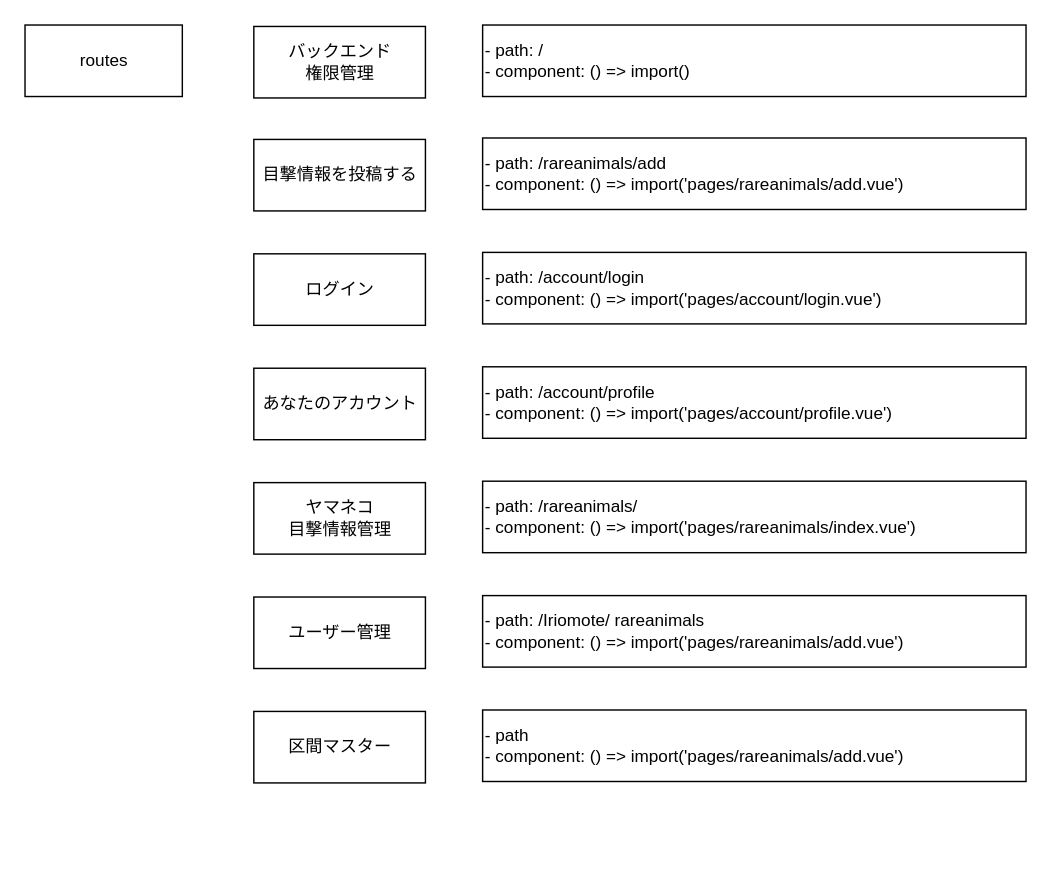
Above: page "ルーティング設計" (2 of 6) of Iriomote.drawio in kaoru387/draw.io (draw.io), before the change. Source tidied: cells renumbered, new cells numbered last; positions are measured from the earlier drawing's top-left corner, leaving out a move shared by most shapes. Both pictures are drawn from the tidied source at 143%, with x=0, y=0 at pixel (24, 24).
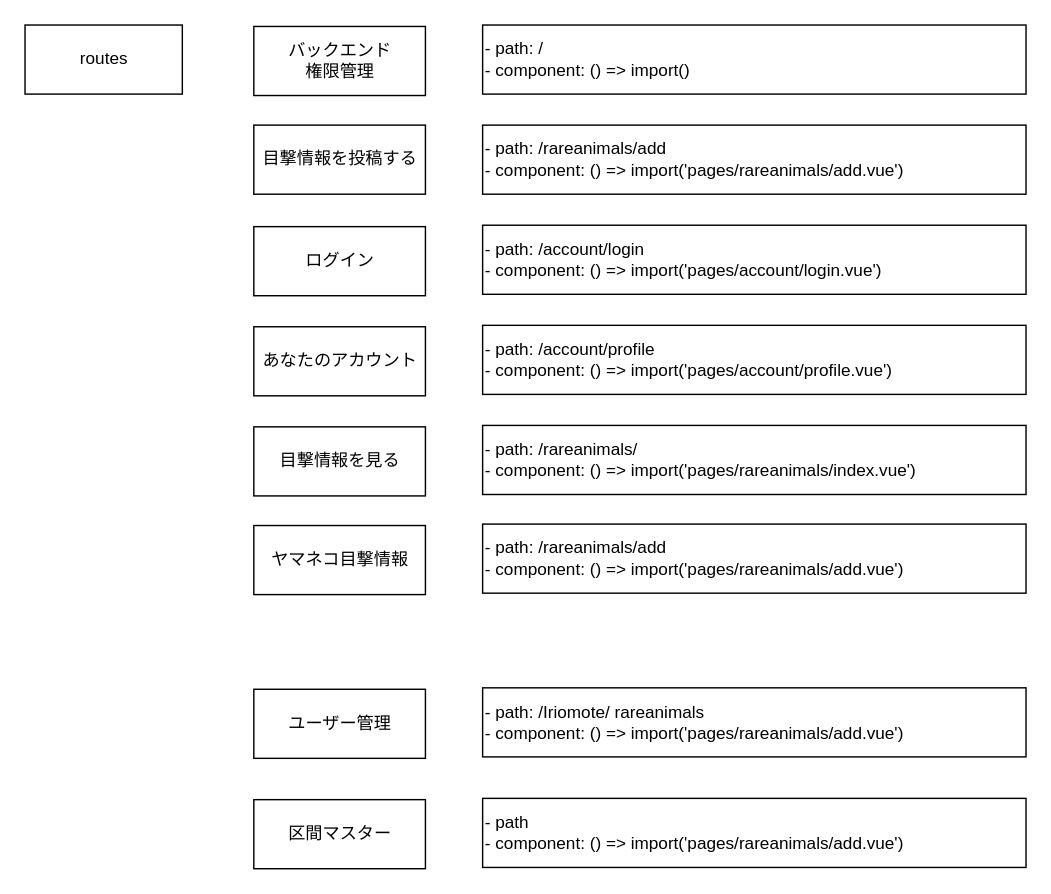
The same diagram, later.

Commit message:
Iriomote.drawio を更新します

The edit, as a diff of the source:
```diff
@@
 <mxGraphModel>
   <root>
     <mxCell id="0" />
     <mxCell id="1" parent="0" />
     <mxCell id="2" value="routes" style="html=1;" parent="1" vertex="1">
-      <mxGeometry width="110" height="50" as="geometry" />
+      <mxGeometry width="110" height="48.3" as="geometry" />
     </mxCell>
     <mxCell id="3" value="- path: /rareanimals/add&lt;br&gt;- component: () =&amp;gt; import('pages/rareanimals/add.vue')" style="rounded=0;whiteSpace=wrap;html=1;align=left;" parent="1" vertex="1">
-      <mxGeometry x="320" y="79" width="380" height="50" as="geometry" />
+      <mxGeometry x="320" y="70" width="380" height="48.3" as="geometry" />
     </mxCell>
     <mxCell id="4" value="- path: /rareanimals/&lt;br&gt;- component: () =&amp;gt; import('pages/rareanimals/index.vue')" style="rounded=0;whiteSpace=wrap;html=1;align=left;" parent="1" vertex="1">
-      <mxGeometry x="320" y="319" width="380" height="50" as="geometry" />
+      <mxGeometry x="320" y="280" width="380" height="48.3" as="geometry" />
     </mxCell>
     <mxCell id="5" value="- path: /Iriomote/ rareanimals&lt;br&gt;- component: () =&amp;gt; import('pages/rareanimals/add.vue')" style="rounded=0;whiteSpace=wrap;html=1;align=left;" parent="1" vertex="1">
-      <mxGeometry x="320" y="399" width="380" height="50" as="geometry" />
+      <mxGeometry x="320" y="463.5" width="380" height="48.3" as="geometry" />
     </mxCell>
     <mxCell id="6" value="- path&lt;br&gt;- component: () =&amp;gt; import('pages/rareanimals/add.vue')" style="rounded=0;whiteSpace=wrap;html=1;align=left;" parent="1" vertex="1">
-      <mxGeometry x="320" y="479" width="380" height="50" as="geometry" />
+      <mxGeometry x="320" y="540.8" width="380" height="48.3" as="geometry" />
     </mxCell>
     <mxCell id="7" value="- path: /&lt;br&gt;- component: () =&amp;gt; import()" style="rounded=0;whiteSpace=wrap;html=1;align=left;" parent="1" vertex="1">
-      <mxGeometry x="320" width="380" height="50" as="geometry" />
+      <mxGeometry x="320" width="380" height="48.3" as="geometry" />
     </mxCell>
     <mxCell id="8" value="- path: /account/login&lt;br&gt;- component: () =&amp;gt; import('pages/account/login.vue')" style="rounded=0;whiteSpace=wrap;html=1;align=left;" parent="1" vertex="1">
-      <mxGeometry x="320" y="159" width="380" height="50" as="geometry" />
+      <mxGeometry x="320" y="140" width="380" height="48.3" as="geometry" />
     </mxCell>
     <mxCell id="9" value="- path: /account/profile&lt;br&gt;- component: () =&amp;gt; import('pages/account/profile.vue')" style="rounded=0;whiteSpace=wrap;html=1;align=left;" parent="1" vertex="1">
-      <mxGeometry x="320" y="239" width="380" height="50" as="geometry" />
+      <mxGeometry x="320" y="210" width="380" height="48.3" as="geometry" />
     </mxCell>
     <mxCell id="10" value="目撃情報を投稿する" style="html=1;" parent="1" vertex="1">
-      <mxGeometry x="160" y="80" width="120" height="50" as="geometry" />
+      <mxGeometry x="160" y="70" width="120" height="48.3" as="geometry" />
     </mxCell>
-    <mxCell id="11" value="ヤマネコ&lt;br&gt;目撃情報管理" style="html=1;" parent="1" vertex="1">
-      <mxGeometry x="160" y="320" width="120" height="50" as="geometry" />
+    <mxCell id="11" value="目撃情報を見る" style="html=1;" parent="1" vertex="1">
+      <mxGeometry x="160" y="281" width="120" height="48.3" as="geometry" />
     </mxCell>
     <mxCell id="12" value="ユーザー管理" style="html=1;" parent="1" vertex="1">
-      <mxGeometry x="160" y="400" width="120" height="50" as="geometry" />
+      <mxGeometry x="160" y="464.5" width="120" height="48.3" as="geometry" />
     </mxCell>
     <mxCell id="13" value="区間マスター" style="html=1;" parent="1" vertex="1">
-      <mxGeometry x="160" y="480" width="120" height="50" as="geometry" />
+      <mxGeometry x="160" y="541.7" width="120" height="48.3" as="geometry" />
     </mxCell>
     <mxCell id="14" value="バックエンド&lt;br&gt;権限管理" style="html=1;" parent="1" vertex="1">
-      <mxGeometry x="160" y="1" width="120" height="50" as="geometry" />
+      <mxGeometry x="160" y="1" width="120" height="48.3" as="geometry" />
     </mxCell>
     <mxCell id="15" value="ログイン" style="html=1;" parent="1" vertex="1">
-      <mxGeometry x="160" y="160" width="120" height="50" as="geometry" />
+      <mxGeometry x="160" y="141" width="120" height="48.3" as="geometry" />
     </mxCell>
     <mxCell id="16" value="あなたのアカウント" style="html=1;" parent="1" vertex="1">
-      <mxGeometry x="160" y="240" width="120" height="50" as="geometry" />
+      <mxGeometry x="160" y="211" width="120" height="48.3" as="geometry" />
     </mxCell>
+    <mxCell id="17" value="- path: /rareanimals/add&lt;br&gt;- component: () =&amp;gt; import('pages/rareanimals/add.vue')" style="rounded=0;whiteSpace=wrap;html=1;align=left;" parent="1" vertex="1">
+      <mxGeometry x="320" y="349" width="380" height="48.3" as="geometry" />
+    </mxCell>
+    <mxCell id="18" value="ヤマネコ目撃情報" style="html=1;" parent="1" vertex="1">
+      <mxGeometry x="160" y="350" width="120" height="48.3" as="geometry" />
+    </mxCell>
   </root>
 </mxGraphModel>
```
